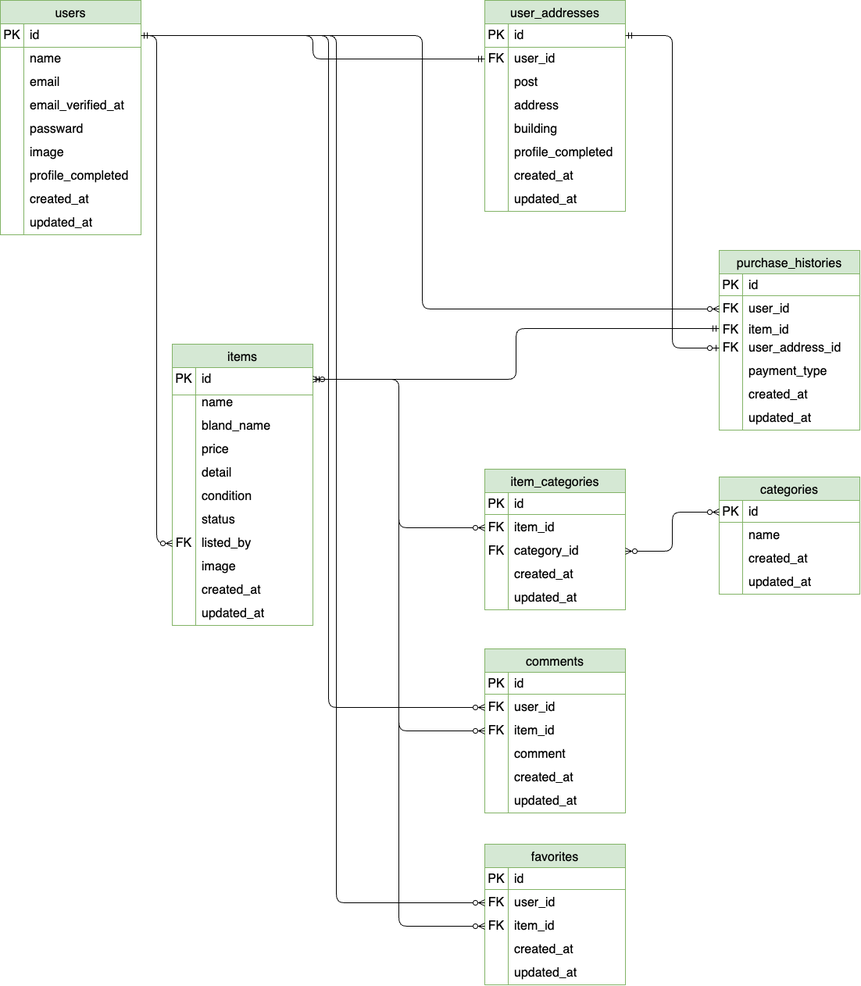
This is ER.png from harukaishii/marketplace-app, a draw.io export, as it was before one commit. Source tidied: cells renumbered, new cells last; positions are measured from the earlier drawing's top-left corner, leaving out a move shared by most shapes.
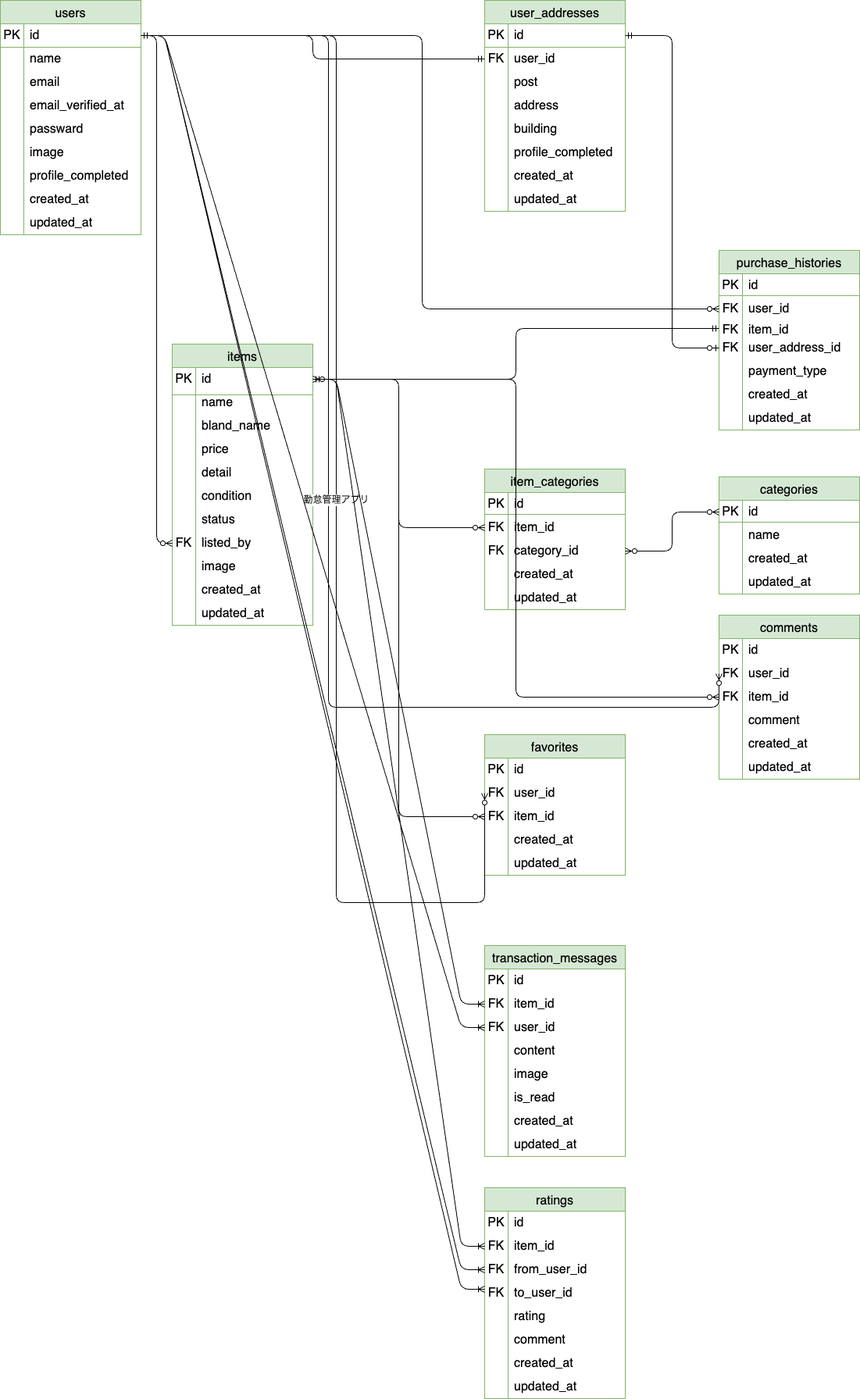
After the commit.

What changed in the source:
```diff
@@ -351,7 +351,7 @@
       <mxGeometry x="30" width="150" height="30" as="geometry" />
     </mxCell>
     <mxCell id="118" value="comments" style="shape=table;startSize=30;rowLines=0;fontStyle=0;strokeColor=#82b366;fontSize=16;fillColor=#d5e8d4;" parent="1" vertex="1">
-      <mxGeometry x="620" y="830" width="180" height="210" as="geometry" />
+      <mxGeometry x="920" y="787" width="180" height="210" as="geometry" />
     </mxCell>
     <mxCell id="119" style="shape=tableRow;horizontal=0;startSize=0;swimlaneHead=0;swimlaneBody=0;top=0;left=0;bottom=0;right=0;fillColor=none;strokeColor=inherit;fontSize=16;" parent="118" vertex="1">
       <mxGeometry y="30" width="180" height="30" as="geometry" />
@@ -407,13 +407,8 @@
     <mxCell id="136" value="updated_at" style="shape=partialRectangle;html=1;whiteSpace=wrap;fillColor=none;top=0;left=0;bottom=0;right=0;align=left;spacingLeft=6;overflow=hidden;strokeColor=inherit;fontSize=16;" parent="134" vertex="1">
       <mxGeometry x="30" width="150" height="30" as="geometry" />
     </mxCell>
-    <mxCell id="137" style="edgeStyle=none;html=1;exitX=0.75;exitY=0;exitDx=0;exitDy=0;" parent="1" edge="1" source="138">
-      <mxGeometry relative="1" as="geometry">
-        <mxPoint x="755" y="1080" as="targetPoint" />
-      </mxGeometry>
-    </mxCell>
     <mxCell id="138" value="favorites" style="shape=table;startSize=30;rowLines=0;fontStyle=0;strokeColor=#82b366;fontSize=16;fillColor=#d5e8d4;" parent="1" vertex="1">
-      <mxGeometry x="620" y="1080" width="180" height="180" as="geometry" />
+      <mxGeometry x="620" y="940" width="180" height="180" as="geometry" />
     </mxCell>
     <mxCell id="139" style="shape=tableRow;horizontal=0;startSize=0;swimlaneHead=0;swimlaneBody=0;top=0;left=0;bottom=0;right=0;fillColor=none;strokeColor=inherit;fontSize=16;" parent="138" vertex="1">
       <mxGeometry y="30" width="180" height="30" as="geometry" />
@@ -538,12 +533,6 @@
     <mxCell id="179" style="line;strokeWidth=1;html=1;fillColor=#d5e8d4;strokeColor=#82b366;" parent="1" vertex="1">
       <mxGeometry x="920" y="663" width="180" height="10" as="geometry" />
     </mxCell>
-    <mxCell id="180" style="line;strokeWidth=1;html=1;fillColor=#d5e8d4;strokeColor=#82b366;" parent="1" vertex="1">
-      <mxGeometry x="620" y="1133" width="180" height="10" as="geometry" />
-    </mxCell>
-    <mxCell id="181" style="line;strokeWidth=1;html=1;fillColor=#d5e8d4;strokeColor=#82b366;" parent="1" vertex="1">
-      <mxGeometry x="620" y="883" width="180" height="10" as="geometry" />
-    </mxCell>
     <mxCell id="182" style="line;strokeWidth=1;html=1;fillColor=#d5e8d4;strokeColor=#82b366;" parent="1" vertex="1">
       <mxGeometry x="620" y="55" width="180" height="10" as="geometry" />
     </mxCell>
@@ -578,7 +567,7 @@
         </Array>
       </mxGeometry>
     </mxCell>
-    <mxCell id="190" style="edgeStyle=orthogonalEdgeStyle;fontSize=12;html=1;endArrow=ERzeroToMany;startArrow=ERmandOne;exitX=1;exitY=0.5;exitDx=0;exitDy=0;entryX=0;entryY=0.5;entryDx=0;entryDy=0;" parent="1" edge="1" source="3" target="142">
+    <mxCell id="190" value="勤怠管理アプリ" style="edgeStyle=orthogonalEdgeStyle;fontSize=12;html=1;endArrow=ERzeroToMany;startArrow=ERmandOne;exitX=1;exitY=0.5;exitDx=0;exitDy=0;entryX=0;entryY=0.5;entryDx=0;entryDy=0;" parent="1" edge="1" source="3" target="142">
       <mxGeometry relative="1" as="geometry">
         <Array as="points">
           <mxPoint x="430" y="45" />
@@ -598,5 +587,175 @@
     <mxCell id="194" style="edgeStyle=orthogonalEdgeStyle;fontSize=12;html=1;endArrow=ERzeroToMany;startArrow=ERmandOne;entryX=0;entryY=0.5;entryDx=0;entryDy=0;exitX=1;exitY=0.5;exitDx=0;exitDy=0;" parent="1" edge="1" source="56" target="145">
       <mxGeometry relative="1" as="geometry" />
     </mxCell>
+    <mxCell id="195" value="transaction_messages" style="shape=table;startSize=30;rowLines=0;fontStyle=0;strokeColor=#82b366;fontSize=16;fillColor=#d5e8d4;" parent="1" vertex="1">
+      <mxGeometry x="620" y="1210" width="180" height="270" as="geometry" />
+    </mxCell>
+    <mxCell id="196" style="shape=tableRow;horizontal=0;startSize=0;swimlaneHead=0;swimlaneBody=0;top=0;left=0;bottom=0;right=0;fillColor=none;strokeColor=inherit;fontSize=16;" parent="195" vertex="1">
+      <mxGeometry y="30" width="180" height="30" as="geometry" />
+    </mxCell>
+    <mxCell id="197" value="PK" style="shape=partialRectangle;html=1;whiteSpace=wrap;fillColor=none;top=0;left=0;bottom=0;right=0;overflow=hidden;strokeColor=inherit;fontSize=16;" parent="196" vertex="1">
+      <mxGeometry width="30" height="30" as="geometry" />
+    </mxCell>
+    <mxCell id="198" value="id" style="shape=partialRectangle;html=1;whiteSpace=wrap;fillColor=none;top=0;left=0;bottom=0;right=0;align=left;spacingLeft=6;overflow=hidden;strokeColor=inherit;fontSize=16;" parent="196" vertex="1">
+      <mxGeometry x="30" width="150" height="30" as="geometry" />
+    </mxCell>
+    <mxCell id="199" style="shape=tableRow;horizontal=0;startSize=0;swimlaneHead=0;swimlaneBody=0;top=0;left=0;bottom=0;right=0;fillColor=none;points=[[0,0.5],[1,0.5]];portConstraint=eastwest;strokeColor=inherit;fontSize=16;" parent="195" vertex="1">
+      <mxGeometry y="60" width="180" height="30" as="geometry" />
+    </mxCell>
+    <mxCell id="200" value="FK" style="shape=partialRectangle;html=1;whiteSpace=wrap;fillColor=none;top=0;left=0;bottom=0;right=0;overflow=hidden;strokeColor=inherit;fontSize=16;" parent="199" vertex="1">
+      <mxGeometry width="30" height="30" as="geometry" />
+    </mxCell>
+    <mxCell id="201" value="item_id" style="shape=partialRectangle;html=1;whiteSpace=wrap;fillColor=none;top=0;left=0;bottom=0;right=0;align=left;spacingLeft=6;overflow=hidden;strokeColor=inherit;fontSize=16;" parent="199" vertex="1">
+      <mxGeometry x="30" width="150" height="30" as="geometry" />
+    </mxCell>
+    <mxCell id="202" style="shape=tableRow;horizontal=0;startSize=0;swimlaneHead=0;swimlaneBody=0;top=0;left=0;bottom=0;right=0;fillColor=none;points=[[0,0.5],[1,0.5]];portConstraint=eastwest;strokeColor=inherit;fontSize=16;" parent="195" vertex="1">
+      <mxGeometry y="90" width="180" height="30" as="geometry" />
+    </mxCell>
+    <mxCell id="203" value="FK" style="shape=partialRectangle;html=1;whiteSpace=wrap;fillColor=none;top=0;left=0;bottom=0;right=0;overflow=hidden;strokeColor=inherit;fontSize=16;" parent="202" vertex="1">
+      <mxGeometry width="30" height="30" as="geometry" />
+    </mxCell>
+    <mxCell id="204" value="user_id" style="shape=partialRectangle;html=1;whiteSpace=wrap;fillColor=none;top=0;left=0;bottom=0;right=0;align=left;spacingLeft=6;overflow=hidden;strokeColor=inherit;fontSize=16;" parent="202" vertex="1">
+      <mxGeometry x="30" width="150" height="30" as="geometry" />
+    </mxCell>
+    <mxCell id="205" style="shape=tableRow;horizontal=0;startSize=0;swimlaneHead=0;swimlaneBody=0;top=0;left=0;bottom=0;right=0;fillColor=none;strokeColor=inherit;fontSize=16;" parent="195" vertex="1">
+      <mxGeometry y="120" width="180" height="30" as="geometry" />
+    </mxCell>
+    <mxCell id="206" style="shape=partialRectangle;html=1;whiteSpace=wrap;fillColor=none;top=0;left=0;bottom=0;right=0;overflow=hidden;strokeColor=inherit;fontSize=16;" parent="205" vertex="1">
+      <mxGeometry width="30" height="30" as="geometry" />
+    </mxCell>
+    <mxCell id="207" value="content" style="shape=partialRectangle;html=1;whiteSpace=wrap;fillColor=none;top=0;left=0;bottom=0;right=0;align=left;spacingLeft=6;overflow=hidden;strokeColor=inherit;fontSize=16;" parent="205" vertex="1">
+      <mxGeometry x="30" width="150" height="30" as="geometry" />
+    </mxCell>
+    <mxCell id="208" style="shape=tableRow;horizontal=0;startSize=0;swimlaneHead=0;swimlaneBody=0;top=0;left=0;bottom=0;right=0;fillColor=none;strokeColor=inherit;fontSize=16;" parent="195" vertex="1">
+      <mxGeometry y="150" width="180" height="30" as="geometry" />
+    </mxCell>
+    <mxCell id="209" style="shape=partialRectangle;html=1;whiteSpace=wrap;fillColor=none;top=0;left=0;bottom=0;right=0;overflow=hidden;strokeColor=inherit;fontSize=16;" parent="208" vertex="1">
+      <mxGeometry width="30" height="30" as="geometry" />
+    </mxCell>
+    <mxCell id="210" value="image" style="shape=partialRectangle;html=1;whiteSpace=wrap;fillColor=none;top=0;left=0;bottom=0;right=0;align=left;spacingLeft=6;overflow=hidden;strokeColor=inherit;fontSize=16;" parent="208" vertex="1">
+      <mxGeometry x="30" width="150" height="30" as="geometry" />
+    </mxCell>
+    <mxCell id="211" style="shape=tableRow;horizontal=0;startSize=0;swimlaneHead=0;swimlaneBody=0;top=0;left=0;bottom=0;right=0;fillColor=none;strokeColor=inherit;fontSize=16;" parent="195" vertex="1">
+      <mxGeometry y="180" width="180" height="30" as="geometry" />
+    </mxCell>
+    <mxCell id="212" style="shape=partialRectangle;html=1;whiteSpace=wrap;fillColor=none;top=0;left=0;bottom=0;right=0;overflow=hidden;strokeColor=inherit;fontSize=16;" parent="211" vertex="1">
+      <mxGeometry width="30" height="30" as="geometry" />
+    </mxCell>
+    <mxCell id="213" value="is_read" style="shape=partialRectangle;html=1;whiteSpace=wrap;fillColor=none;top=0;left=0;bottom=0;right=0;align=left;spacingLeft=6;overflow=hidden;strokeColor=inherit;fontSize=16;" parent="211" vertex="1">
+      <mxGeometry x="30" width="150" height="30" as="geometry" />
+    </mxCell>
+    <mxCell id="214" style="shape=tableRow;horizontal=0;startSize=0;swimlaneHead=0;swimlaneBody=0;top=0;left=0;bottom=0;right=0;fillColor=none;strokeColor=inherit;fontSize=16;" parent="195" vertex="1">
+      <mxGeometry y="210" width="180" height="30" as="geometry" />
+    </mxCell>
+    <mxCell id="215" style="shape=partialRectangle;html=1;whiteSpace=wrap;fillColor=none;top=0;left=0;bottom=0;right=0;overflow=hidden;strokeColor=inherit;fontSize=16;" parent="214" vertex="1">
+      <mxGeometry width="30" height="30" as="geometry" />
+    </mxCell>
+    <mxCell id="216" value="created_at" style="shape=partialRectangle;html=1;whiteSpace=wrap;fillColor=none;top=0;left=0;bottom=0;right=0;align=left;spacingLeft=6;overflow=hidden;strokeColor=inherit;fontSize=16;" parent="214" vertex="1">
+      <mxGeometry x="30" width="150" height="30" as="geometry" />
+    </mxCell>
+    <mxCell id="217" style="shape=tableRow;horizontal=0;startSize=0;swimlaneHead=0;swimlaneBody=0;top=0;left=0;bottom=0;right=0;fillColor=none;strokeColor=inherit;fontSize=16;" parent="195" vertex="1">
+      <mxGeometry y="240" width="180" height="30" as="geometry" />
+    </mxCell>
+    <mxCell id="218" style="shape=partialRectangle;html=1;whiteSpace=wrap;fillColor=none;top=0;left=0;bottom=0;right=0;overflow=hidden;strokeColor=inherit;fontSize=16;" parent="217" vertex="1">
+      <mxGeometry width="30" height="30" as="geometry" />
+    </mxCell>
+    <mxCell id="219" value="updated_at" style="shape=partialRectangle;html=1;whiteSpace=wrap;fillColor=none;top=0;left=0;bottom=0;right=0;align=left;spacingLeft=6;overflow=hidden;strokeColor=inherit;fontSize=16;" parent="217" vertex="1">
+      <mxGeometry x="30" width="150" height="30" as="geometry" />
+    </mxCell>
+    <mxCell id="220" value="ratings" style="shape=table;startSize=30;rowLines=0;fontStyle=0;strokeColor=#82b366;fontSize=16;fillColor=#d5e8d4;" parent="1" vertex="1">
+      <mxGeometry x="620" y="1520" width="180" height="270" as="geometry" />
+    </mxCell>
+    <mxCell id="221" style="shape=tableRow;horizontal=0;startSize=0;swimlaneHead=0;swimlaneBody=0;top=0;left=0;bottom=0;right=0;fillColor=none;strokeColor=inherit;fontSize=16;" parent="220" vertex="1">
+      <mxGeometry y="30" width="180" height="30" as="geometry" />
+    </mxCell>
+    <mxCell id="222" value="PK" style="shape=partialRectangle;html=1;whiteSpace=wrap;fillColor=none;top=0;left=0;bottom=0;right=0;overflow=hidden;strokeColor=inherit;fontSize=16;" parent="221" vertex="1">
+      <mxGeometry width="30" height="30" as="geometry" />
+    </mxCell>
+    <mxCell id="223" value="id" style="shape=partialRectangle;html=1;whiteSpace=wrap;fillColor=none;top=0;left=0;bottom=0;right=0;align=left;spacingLeft=6;overflow=hidden;strokeColor=inherit;fontSize=16;" parent="221" vertex="1">
+      <mxGeometry x="30" width="150" height="30" as="geometry" />
+    </mxCell>
+    <mxCell id="224" style="shape=tableRow;horizontal=0;startSize=0;swimlaneHead=0;swimlaneBody=0;top=0;left=0;bottom=0;right=0;fillColor=none;points=[[0,0.5],[1,0.5]];portConstraint=eastwest;strokeColor=inherit;fontSize=16;" parent="220" vertex="1">
+      <mxGeometry y="60" width="180" height="30" as="geometry" />
+    </mxCell>
+    <mxCell id="225" value="FK" style="shape=partialRectangle;html=1;whiteSpace=wrap;fillColor=none;top=0;left=0;bottom=0;right=0;overflow=hidden;strokeColor=inherit;fontSize=16;" parent="224" vertex="1">
+      <mxGeometry width="30" height="30" as="geometry" />
+    </mxCell>
+    <mxCell id="226" value="item_id" style="shape=partialRectangle;html=1;whiteSpace=wrap;fillColor=none;top=0;left=0;bottom=0;right=0;align=left;spacingLeft=6;overflow=hidden;strokeColor=inherit;fontSize=16;" parent="224" vertex="1">
+      <mxGeometry x="30" width="150" height="30" as="geometry" />
+    </mxCell>
+    <mxCell id="227" style="shape=tableRow;horizontal=0;startSize=0;swimlaneHead=0;swimlaneBody=0;top=0;left=0;bottom=0;right=0;fillColor=none;points=[[0,0.5],[1,0.5]];portConstraint=eastwest;strokeColor=inherit;fontSize=16;" parent="220" vertex="1">
+      <mxGeometry y="90" width="180" height="30" as="geometry" />
+    </mxCell>
+    <mxCell id="228" value="FK" style="shape=partialRectangle;html=1;whiteSpace=wrap;fillColor=none;top=0;left=0;bottom=0;right=0;overflow=hidden;strokeColor=inherit;fontSize=16;" parent="227" vertex="1">
+      <mxGeometry width="30" height="30" as="geometry" />
+    </mxCell>
+    <mxCell id="229" value="from_user_id" style="shape=partialRectangle;html=1;whiteSpace=wrap;fillColor=none;top=0;left=0;bottom=0;right=0;align=left;spacingLeft=6;overflow=hidden;strokeColor=inherit;fontSize=16;" parent="227" vertex="1">
+      <mxGeometry x="30" width="150" height="30" as="geometry" />
+    </mxCell>
+    <mxCell id="230" style="shape=tableRow;horizontal=0;startSize=0;swimlaneHead=0;swimlaneBody=0;top=0;left=0;bottom=0;right=0;fillColor=none;strokeColor=inherit;fontSize=16;" parent="220" vertex="1">
+      <mxGeometry y="120" width="180" height="30" as="geometry" />
+    </mxCell>
+    <mxCell id="231" style="shape=partialRectangle;html=1;whiteSpace=wrap;fillColor=none;top=0;left=0;bottom=0;right=0;overflow=hidden;strokeColor=inherit;fontSize=16;" parent="230" vertex="1">
+      <mxGeometry width="30" height="30" as="geometry" />
+    </mxCell>
+    <mxCell id="232" value="to_user_id" style="shape=partialRectangle;html=1;whiteSpace=wrap;fillColor=none;top=0;left=0;bottom=0;right=0;align=left;spacingLeft=6;overflow=hidden;strokeColor=inherit;fontSize=16;" parent="230" vertex="1">
+      <mxGeometry x="30" width="150" height="30" as="geometry" />
+    </mxCell>
+    <mxCell id="233" style="shape=tableRow;horizontal=0;startSize=0;swimlaneHead=0;swimlaneBody=0;top=0;left=0;bottom=0;right=0;fillColor=none;strokeColor=inherit;fontSize=16;" parent="220" vertex="1">
+      <mxGeometry y="150" width="180" height="30" as="geometry" />
+    </mxCell>
+    <mxCell id="234" style="shape=partialRectangle;html=1;whiteSpace=wrap;fillColor=none;top=0;left=0;bottom=0;right=0;overflow=hidden;strokeColor=inherit;fontSize=16;" parent="233" vertex="1">
+      <mxGeometry width="30" height="30" as="geometry" />
+    </mxCell>
+    <mxCell id="235" value="rating" style="shape=partialRectangle;html=1;whiteSpace=wrap;fillColor=none;top=0;left=0;bottom=0;right=0;align=left;spacingLeft=6;overflow=hidden;strokeColor=inherit;fontSize=16;" parent="233" vertex="1">
+      <mxGeometry x="30" width="150" height="30" as="geometry" />
+    </mxCell>
+    <mxCell id="236" style="shape=tableRow;horizontal=0;startSize=0;swimlaneHead=0;swimlaneBody=0;top=0;left=0;bottom=0;right=0;fillColor=none;strokeColor=inherit;fontSize=16;" parent="220" vertex="1">
+      <mxGeometry y="180" width="180" height="30" as="geometry" />
+    </mxCell>
+    <mxCell id="237" style="shape=partialRectangle;html=1;whiteSpace=wrap;fillColor=none;top=0;left=0;bottom=0;right=0;overflow=hidden;strokeColor=inherit;fontSize=16;" parent="236" vertex="1">
+      <mxGeometry width="30" height="30" as="geometry" />
+    </mxCell>
+    <mxCell id="238" value="comment" style="shape=partialRectangle;html=1;whiteSpace=wrap;fillColor=none;top=0;left=0;bottom=0;right=0;align=left;spacingLeft=6;overflow=hidden;strokeColor=inherit;fontSize=16;" parent="236" vertex="1">
+      <mxGeometry x="30" width="150" height="30" as="geometry" />
+    </mxCell>
+    <mxCell id="239" style="shape=tableRow;horizontal=0;startSize=0;swimlaneHead=0;swimlaneBody=0;top=0;left=0;bottom=0;right=0;fillColor=none;strokeColor=inherit;fontSize=16;" parent="220" vertex="1">
+      <mxGeometry y="210" width="180" height="30" as="geometry" />
+    </mxCell>
+    <mxCell id="240" style="shape=partialRectangle;html=1;whiteSpace=wrap;fillColor=none;top=0;left=0;bottom=0;right=0;overflow=hidden;strokeColor=inherit;fontSize=16;" parent="239" vertex="1">
+      <mxGeometry width="30" height="30" as="geometry" />
+    </mxCell>
+    <mxCell id="241" value="created_at" style="shape=partialRectangle;html=1;whiteSpace=wrap;fillColor=none;top=0;left=0;bottom=0;right=0;align=left;spacingLeft=6;overflow=hidden;strokeColor=inherit;fontSize=16;" parent="239" vertex="1">
+      <mxGeometry x="30" width="150" height="30" as="geometry" />
+    </mxCell>
+    <mxCell id="242" style="shape=tableRow;horizontal=0;startSize=0;swimlaneHead=0;swimlaneBody=0;top=0;left=0;bottom=0;right=0;fillColor=none;strokeColor=inherit;fontSize=16;" parent="220" vertex="1">
+      <mxGeometry y="240" width="180" height="30" as="geometry" />
+    </mxCell>
+    <mxCell id="243" style="shape=partialRectangle;html=1;whiteSpace=wrap;fillColor=none;top=0;left=0;bottom=0;right=0;overflow=hidden;strokeColor=inherit;fontSize=16;" parent="242" vertex="1">
+      <mxGeometry width="30" height="30" as="geometry" />
+    </mxCell>
+    <mxCell id="244" value="updated_at" style="shape=partialRectangle;html=1;whiteSpace=wrap;fillColor=none;top=0;left=0;bottom=0;right=0;align=left;spacingLeft=6;overflow=hidden;strokeColor=inherit;fontSize=16;" parent="242" vertex="1">
+      <mxGeometry x="30" width="150" height="30" as="geometry" />
+    </mxCell>
+    <mxCell id="245" style="edgeStyle=entityRelationEdgeStyle;fontSize=12;html=1;endArrow=ERoneToMany;exitX=1;exitY=0.5;exitDx=0;exitDy=0;entryX=0;entryY=0.5;entryDx=0;entryDy=0;" parent="1" edge="1" source="56" target="199">
+      <mxGeometry relative="1" as="geometry" />
+    </mxCell>
+    <mxCell id="246" style="edgeStyle=entityRelationEdgeStyle;fontSize=12;html=1;endArrow=ERoneToMany;exitX=1;exitY=0.5;exitDx=0;exitDy=0;entryX=0;entryY=0.5;entryDx=0;entryDy=0;" parent="1" edge="1" source="3" target="202">
+      <mxGeometry relative="1" as="geometry" />
+    </mxCell>
+    <mxCell id="247" style="edgeStyle=entityRelationEdgeStyle;fontSize=12;html=1;endArrow=ERoneToMany;exitX=1;exitY=0.5;exitDx=0;exitDy=0;entryX=0;entryY=0.5;entryDx=0;entryDy=0;" parent="1" edge="1" source="56" target="224">
+      <mxGeometry relative="1" as="geometry" />
+    </mxCell>
+    <mxCell id="248" style="edgeStyle=entityRelationEdgeStyle;fontSize=12;html=1;endArrow=ERoneToMany;exitX=1;exitY=0.5;exitDx=0;exitDy=0;entryX=0;entryY=0.5;entryDx=0;entryDy=0;" parent="1" edge="1" source="3" target="227">
+      <mxGeometry relative="1" as="geometry" />
+    </mxCell>
+    <mxCell id="249" value="FK" style="shape=partialRectangle;html=1;whiteSpace=wrap;fillColor=none;top=0;left=0;bottom=0;right=0;overflow=hidden;strokeColor=inherit;fontSize=16;" parent="1" vertex="1">
+      <mxGeometry x="620" y="1640" width="30" height="30" as="geometry" />
+    </mxCell>
+    <mxCell id="250" style="edgeStyle=entityRelationEdgeStyle;fontSize=12;html=1;endArrow=ERoneToMany;exitX=1;exitY=0.5;exitDx=0;exitDy=0;" parent="1" edge="1" source="3">
+      <mxGeometry relative="1" as="geometry">
+        <mxPoint x="620" y="1650" as="targetPoint" />
+      </mxGeometry>
+    </mxCell>
   </root>
 </mxGraphModel>
```
